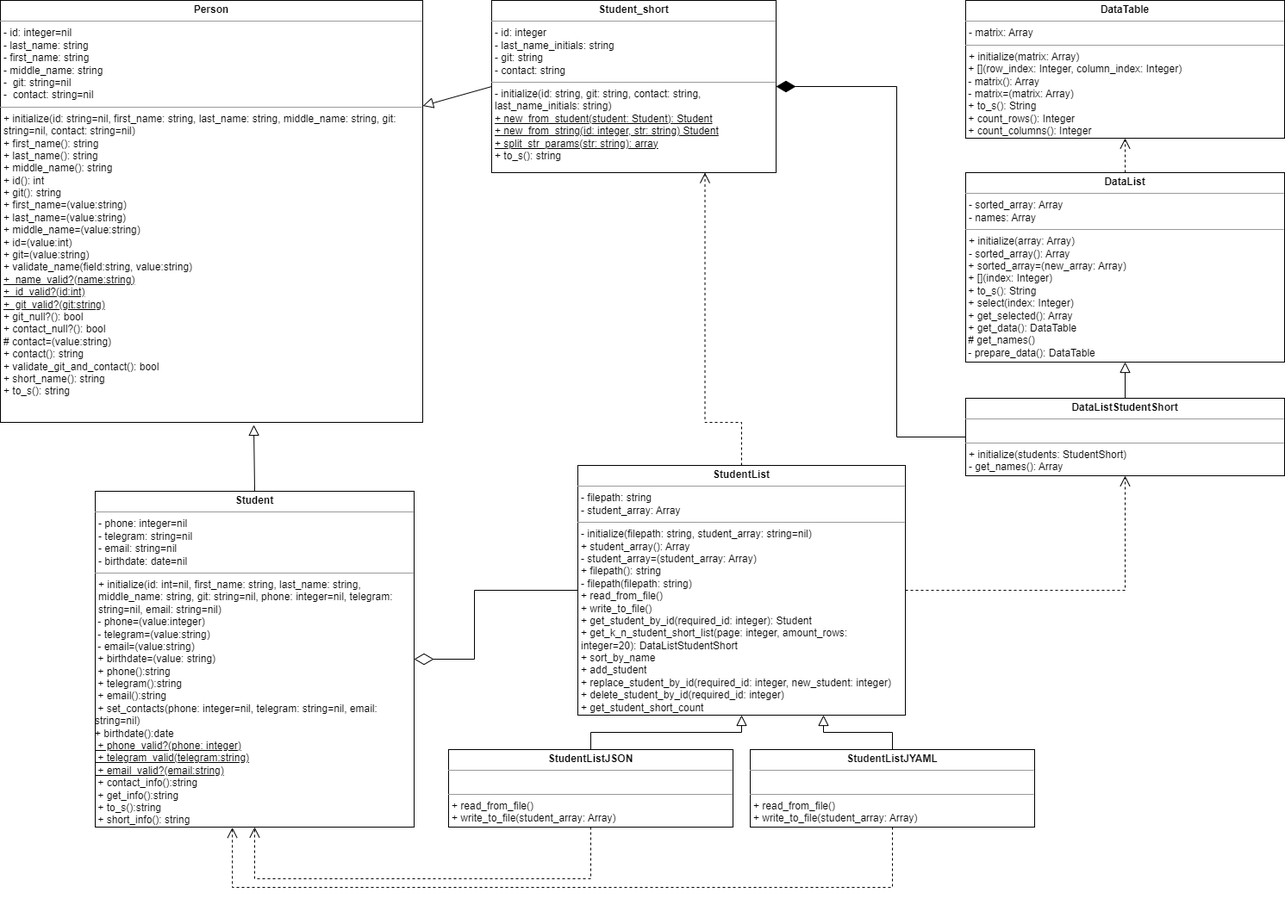
Above: Student/diagram_classes.png in sdnezz/Programming-patterns (draw.io), before the change. Source tidied: cells renumbered, new cells last; positions are measured from the earlier drawing's top-left corner, leaving out a move shared by most shapes.
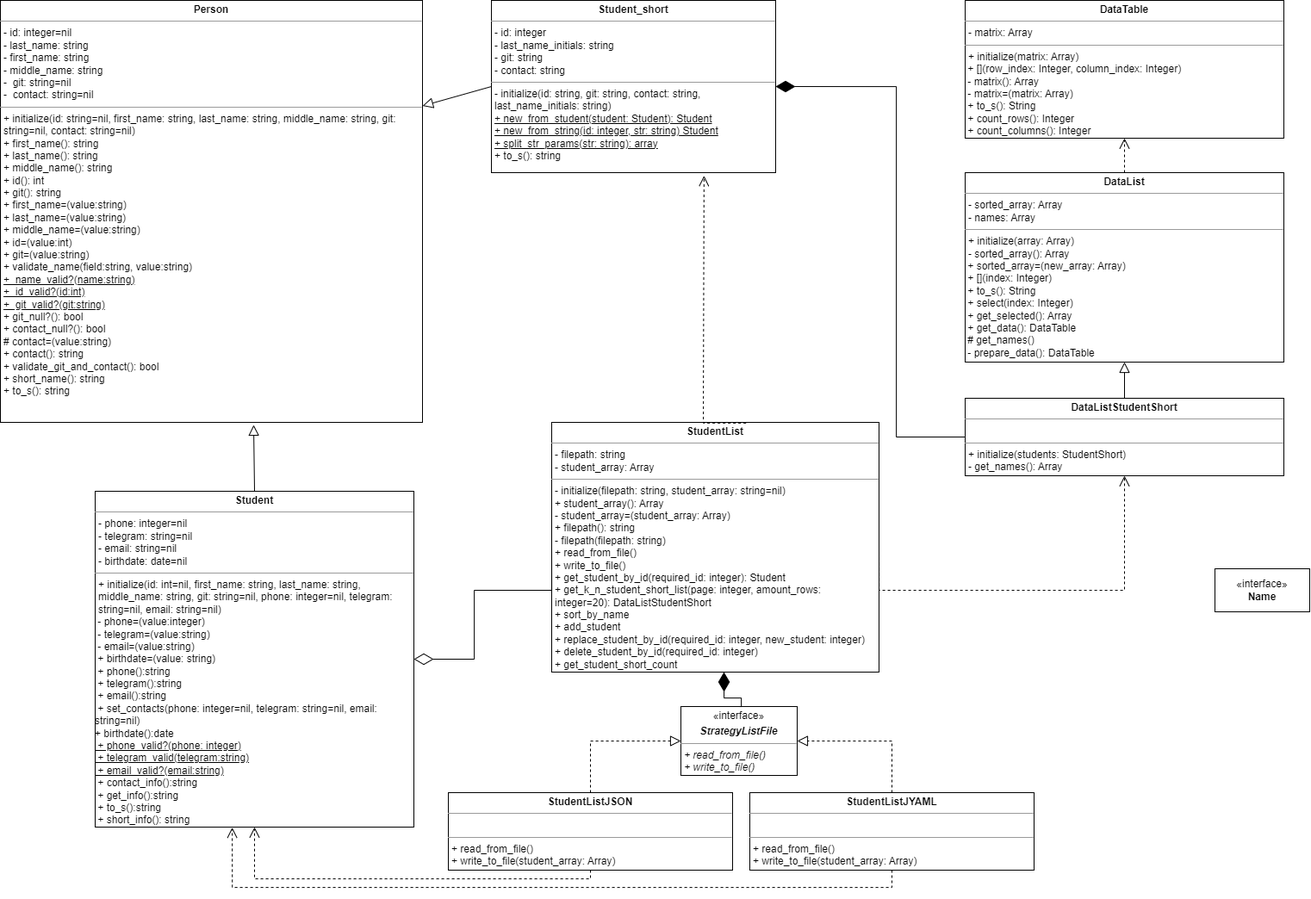
Later version of the same file.

Commit message:
LR4 (2.6) - Аpplication of strategy pattern on StudentList's classes

Change to the diagram source:
```diff
@@ -41,20 +41,14 @@
       </mxGeometry>
     </mxCell>
     <mxCell id="13" value="&lt;p style=&quot;margin:0px;margin-top:4px;text-align:center;&quot;&gt;&lt;b&gt;StudentListJYAML&lt;/b&gt;&lt;/p&gt;&lt;hr size=&quot;1&quot;&gt;&lt;p style=&quot;margin:0px;margin-left:4px;&quot;&gt;&lt;br&gt;&lt;/p&gt;&lt;hr size=&quot;1&quot;&gt;&lt;p style=&quot;border-color: var(--border-color); margin: 0px 0px 0px 4px;&quot;&gt;+ read_from_file()&lt;/p&gt;&lt;p style=&quot;border-color: var(--border-color); margin: 0px 0px 0px 4px;&quot;&gt;+ write_to_file(student_array: Array)&lt;/p&gt;" style="verticalAlign=top;align=left;overflow=fill;fontSize=12;fontFamily=Helvetica;html=1;whiteSpace=wrap;" parent="1" vertex="1">
-      <mxGeometry x="870" y="870" width="330" height="90" as="geometry" />
+      <mxGeometry x="870" y="920" width="330" height="90" as="geometry" />
     </mxCell>
     <mxCell id="14" value="&lt;p style=&quot;margin:0px;margin-top:4px;text-align:center;&quot;&gt;&lt;b&gt;StudentListJSON&lt;/b&gt;&lt;/p&gt;&lt;hr size=&quot;1&quot;&gt;&lt;p style=&quot;margin:0px;margin-left:4px;&quot;&gt;&lt;br&gt;&lt;/p&gt;&lt;hr size=&quot;1&quot;&gt;&lt;p style=&quot;margin:0px;margin-left:4px;&quot;&gt;+ read_from_file()&lt;/p&gt;&lt;p style=&quot;margin:0px;margin-left:4px;&quot;&gt;+ write_to_file(student_array: Array)&lt;/p&gt;" style="verticalAlign=top;align=left;overflow=fill;fontSize=12;fontFamily=Helvetica;html=1;whiteSpace=wrap;" parent="1" vertex="1">
-      <mxGeometry x="520" y="870" width="330" height="90" as="geometry" />
+      <mxGeometry x="520" y="920" width="330" height="90" as="geometry" />
     </mxCell>
     <mxCell id="15" value="&lt;p style=&quot;margin:0px;margin-top:4px;text-align:center;&quot;&gt;&lt;b&gt;StudentList&lt;/b&gt;&lt;/p&gt;&lt;hr size=&quot;1&quot;&gt;&lt;p style=&quot;margin:0px;margin-left:4px;&quot;&gt;- filepath: string&lt;/p&gt;&lt;p style=&quot;margin:0px;margin-left:4px;&quot;&gt;- student_array: Array&lt;/p&gt;&lt;hr size=&quot;1&quot;&gt;&lt;p style=&quot;margin:0px;margin-left:4px;&quot;&gt;- initialize(filepath: string, student_array: string=nil)&lt;/p&gt;&lt;p style=&quot;margin:0px;margin-left:4px;&quot;&gt;+ student_array(): Array&lt;/p&gt;&lt;p style=&quot;margin:0px;margin-left:4px;&quot;&gt;- student_array=(student_array: Array)&lt;br&gt;+ filepath(): string&lt;/p&gt;&lt;p style=&quot;margin:0px;margin-left:4px;&quot;&gt;- filepath(filepath: string)&lt;/p&gt;&lt;p style=&quot;margin:0px;margin-left:4px;&quot;&gt;+&amp;nbsp;read_from_file()&lt;/p&gt;&lt;p style=&quot;margin:0px;margin-left:4px;&quot;&gt;+&amp;nbsp;write_to_file()&lt;/p&gt;&lt;p style=&quot;margin:0px;margin-left:4px;&quot;&gt;+ get_student_by_id(required_id: integer): Student&lt;/p&gt;&lt;p style=&quot;margin:0px;margin-left:4px;&quot;&gt;+&amp;nbsp;get_k_n_student_short_list(page: integer, amount_rows: integer=20):&amp;nbsp;DataListStudentShort&lt;/p&gt;&lt;p style=&quot;margin:0px;margin-left:4px;&quot;&gt;+&amp;nbsp;sort_by_name&lt;/p&gt;&lt;p style=&quot;margin:0px;margin-left:4px;&quot;&gt;+&amp;nbsp;add_student&lt;/p&gt;&lt;p style=&quot;margin:0px;margin-left:4px;&quot;&gt;+ replace_student_by_id(required_id: integer, new_student: integer)&lt;br&gt;&lt;/p&gt;&lt;p style=&quot;margin:0px;margin-left:4px;&quot;&gt;+&amp;nbsp;delete_student_by_id(required_id: integer)&lt;/p&gt;&lt;p style=&quot;margin:0px;margin-left:4px;&quot;&gt;+ get_student_short_count&lt;/p&gt;" style="verticalAlign=top;align=left;overflow=fill;fontSize=12;fontFamily=Helvetica;html=1;whiteSpace=wrap;" parent="1" vertex="1">
-      <mxGeometry x="670" y="540" width="380" height="290" as="geometry" />
+      <mxGeometry x="640" y="490" width="380" height="290" as="geometry" />
     </mxCell>
-    <mxCell id="16" style="edgeStyle=orthogonalEdgeStyle;rounded=0;jettySize=auto;html=1;endArrow=block;endFill=0;endSize=10;entryX=0.75;entryY=1;entryDx=0;entryDy=0;exitX=0.5;exitY=0;exitDx=0;exitDy=0;" parent="1" edge="1" source="13" target="15">
-      <mxGeometry relative="1" as="geometry" />
-    </mxCell>
-    <mxCell id="17" style="edgeStyle=orthogonalEdgeStyle;rounded=0;jettySize=auto;html=1;endArrow=block;endFill=0;endSize=10;entryX=0.5;entryY=1;entryDx=0;entryDy=0;exitX=0.5;exitY=0;exitDx=0;exitDy=0;" parent="1" edge="1" source="14" target="15">
-      <mxGeometry relative="1" as="geometry" />
-    </mxCell>
     <mxCell id="18" style="edgeStyle=orthogonalEdgeStyle;rounded=0;jettySize=auto;html=1;dashed=1;endArrow=open;endFill=0;endSize=10;entryX=0.5;entryY=1;entryDx=0;entryDy=0;exitX=1;exitY=0.5;exitDx=0;exitDy=0;" parent="1" edge="1" source="15" target="11">
       <mxGeometry relative="1" as="geometry">
         <Array as="points">
@@ -86,13 +80,36 @@
         </Array>
       </mxGeometry>
     </mxCell>
-    <mxCell id="22" style="edgeStyle=orthogonalEdgeStyle;rounded=0;jettySize=auto;html=1;dashed=1;endArrow=open;endFill=0;endSize=10;entryX=0.75;entryY=1;entryDx=0;entryDy=0;exitX=0.5;exitY=0;exitDx=0;exitDy=0;" parent="1" edge="1" source="15" target="4">
+    <mxCell id="22" style="edgeStyle=orthogonalEdgeStyle;rounded=0;jettySize=auto;html=1;dashed=1;endArrow=open;endFill=0;endSize=10;exitX=0.594;exitY=0.003;exitDx=0;exitDy=0;exitPerimeter=0;entryX=0.748;entryY=1.018;entryDx=0;entryDy=0;entryPerimeter=0;" parent="1" edge="1" source="15" target="4">
       <mxGeometry relative="1" as="geometry">
         <Array as="points">
-          <mxPoint x="860" y="490" />
-          <mxPoint x="818" y="490" />
+          <mxPoint x="816" y="460" />
+          <mxPoint x="817" y="460" />
         </Array>
       </mxGeometry>
     </mxCell>
+    <mxCell id="23" value="&lt;p style=&quot;margin:0px;margin-top:4px;text-align:center;&quot;&gt;«interface»&lt;br&gt;&lt;/p&gt;&lt;p style=&quot;margin:0px;margin-top:4px;text-align:center;&quot;&gt;&lt;b&gt;&lt;i&gt;StrategyListFile&lt;/i&gt;&lt;/b&gt;&lt;/p&gt;&lt;hr size=&quot;1&quot;&gt;&lt;p style=&quot;border-color: var(--border-color); margin: 0px 0px 0px 4px;&quot;&gt;&lt;i&gt;+ read_from_file()&lt;/i&gt;&lt;/p&gt;&lt;p style=&quot;border-color: var(--border-color); margin: 0px 0px 0px 4px;&quot;&gt;&lt;i&gt;+ write_to_file()&lt;/i&gt;&lt;/p&gt;" style="verticalAlign=top;align=left;overflow=fill;fontSize=12;fontFamily=Helvetica;html=1;whiteSpace=wrap;" parent="1" vertex="1">
+      <mxGeometry x="790" y="820" width="135" height="80" as="geometry" />
+    </mxCell>
+    <mxCell id="24" value="&amp;laquo;interface&amp;raquo;&lt;br&gt;&lt;b&gt;Name&lt;/b&gt;" style="html=1;whiteSpace=wrap;" parent="1" vertex="1">
+      <mxGeometry x="1410" y="660" width="110" height="50" as="geometry" />
+    </mxCell>
+    <mxCell id="25" style="edgeStyle=orthogonalEdgeStyle;rounded=0;jettySize=auto;html=1;endArrow=block;endFill=0;endSize=10;entryX=1;entryY=0.5;entryDx=0;entryDy=0;dashed=1;" parent="1" edge="1" source="13" target="23">
+      <mxGeometry relative="1" as="geometry" />
+    </mxCell>
+    <mxCell id="26" style="edgeStyle=orthogonalEdgeStyle;rounded=0;jettySize=auto;html=1;endArrow=block;endFill=0;endSize=10;entryX=0;entryY=0.5;entryDx=0;entryDy=0;dashed=1;exitX=0.5;exitY=0;exitDx=0;exitDy=0;" parent="1" edge="1" source="14" target="23">
+      <mxGeometry relative="1" as="geometry" />
+    </mxCell>
+    <mxCell id="27" style="edgeStyle=orthogonalEdgeStyle;rounded=0;jettySize=auto;html=1;endArrow=diamondThin;endFill=1;endSize=20;exitX=0.5;exitY=0;exitDx=0;exitDy=0;entryX=0.5;entryY=1;entryDx=0;entryDy=0;" parent="1" edge="1" source="23">
+      <mxGeometry relative="1" as="geometry">
+        <mxPoint x="840" y="780" as="targetPoint" />
+        <Array as="points">
+          <mxPoint x="858" y="820" />
+          <mxPoint x="860" y="820" />
+          <mxPoint x="860" y="810" />
+          <mxPoint x="840" y="810" />
+        </Array>
+      </mxGeometry>
+    </mxCell>
   </root>
 </mxGraphModel>
```
